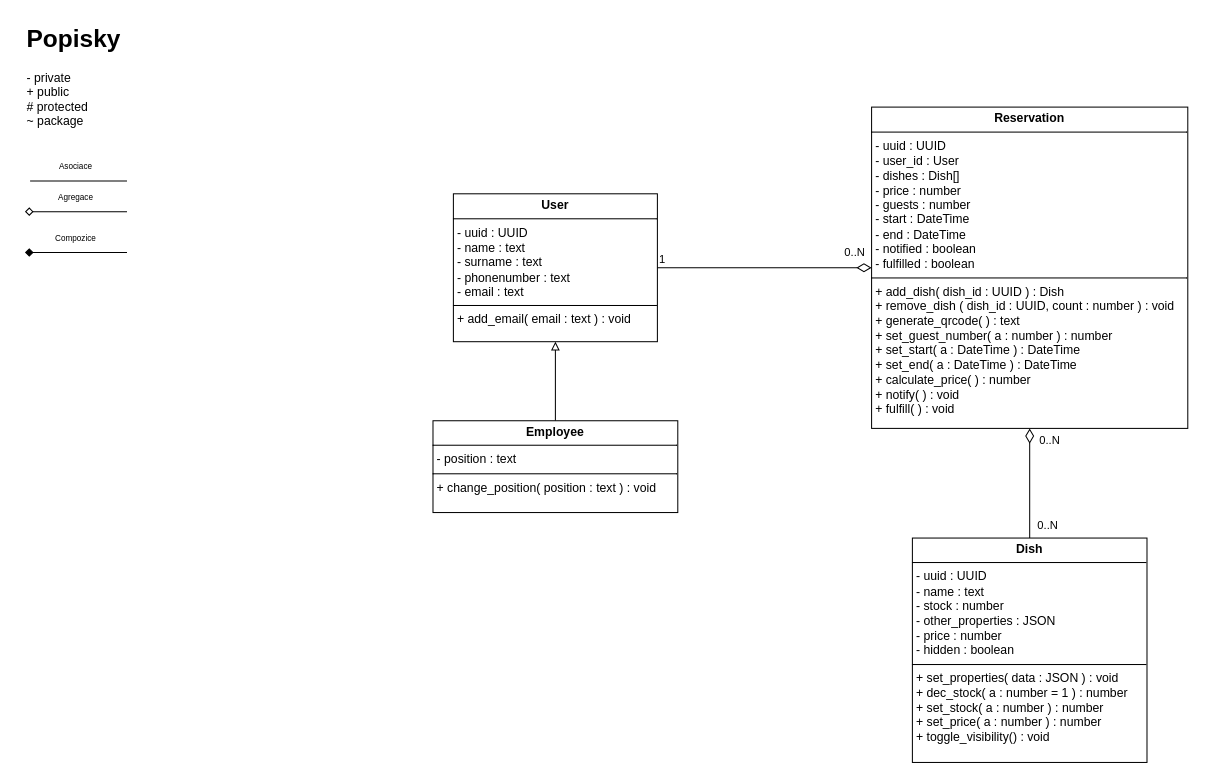
Earlier version of the draw.io diagram page "Třídové diagramy" (2 of 2) of Diagram.drawio (LPbigFish/SWI-Projekt). Source tidied: cells renumbered, new cells numbered last; positions are measured from the earlier drawing's top-left corner, leaving out a move shared by most shapes. Both pictures are drawn from the tidied source at 102%, with x=0, y=0 at pixel (24, 17).
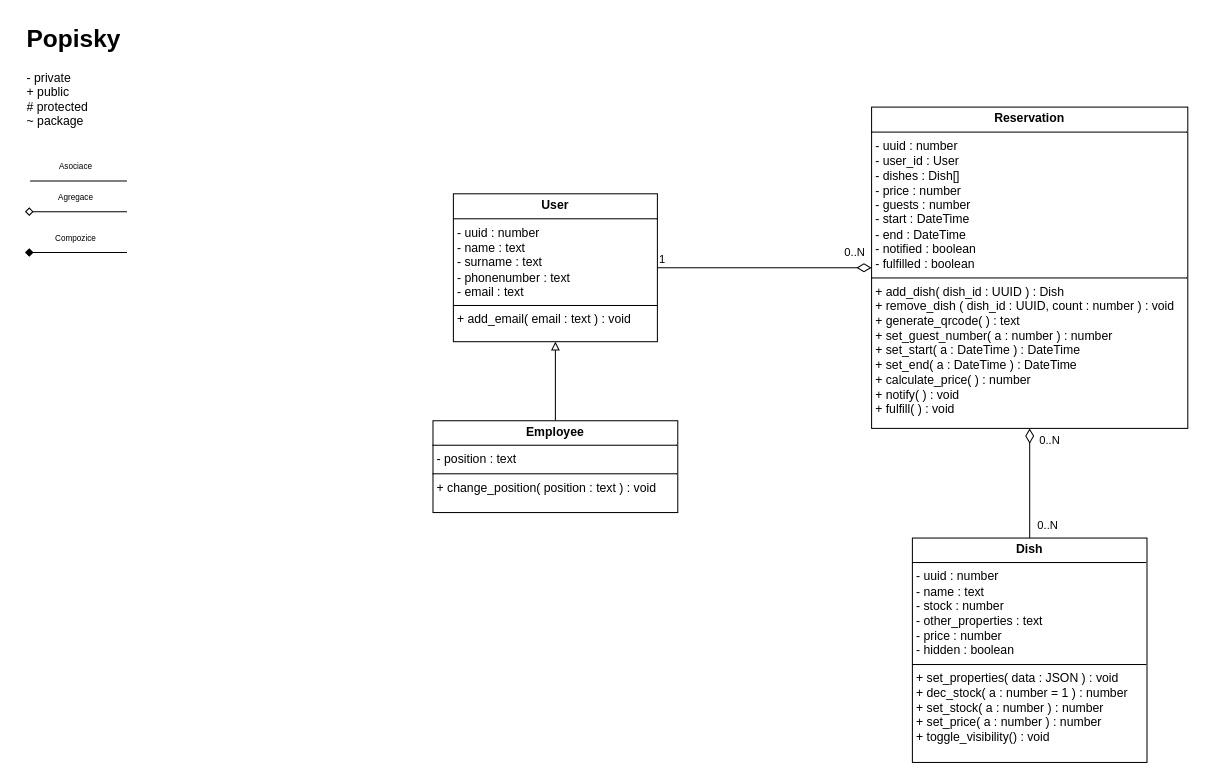
The same diagram, later.

What changed in the source:
```diff
@@
-    <mxCell id="11" value="&lt;p style=&quot;margin:0px;margin-top:4px;text-align:center;&quot;&gt;&lt;b&gt;Dish&lt;/b&gt;&lt;/p&gt;&lt;hr size=&quot;1&quot; style=&quot;border-style:solid;&quot;&gt;&lt;p style=&quot;margin:0px;margin-left:4px;&quot;&gt;- uuid : UUID&lt;/p&gt;&lt;p style=&quot;margin:0px;margin-left:4px;&quot;&gt;- name : text&lt;/p&gt;&lt;p style=&quot;margin:0px;margin-left:4px;&quot;&gt;- stock : number&lt;/p&gt;&lt;p style=&quot;margin:0px;margin-left:4px;&quot;&gt;- other_properties : JSON&lt;/p&gt;&lt;p style=&quot;margin:0px;margin-left:4px;&quot;&gt;- price : number&lt;/p&gt;&lt;p style=&quot;margin:0px;margin-left:4px;&quot;&gt;- hidden : boolean&lt;/p&gt;&lt;hr size=&quot;1&quot; style=&quot;border-style:solid;&quot;&gt;&lt;p style=&quot;margin:0px;margin-left:4px;&quot;&gt;+ set_properties( data : JSON ) : void&lt;/p&gt;&lt;p style=&quot;margin:0px;margin-left:4px;&quot;&gt;+ dec_stock( a : number = 1 ) : number&lt;/p&gt;&lt;p style=&quot;margin:0px;margin-left:4px;&quot;&gt;+ set_stock( a : number ) : number&lt;/p&gt;&lt;p style=&quot;margin:0px;margin-left:4px;&quot;&gt;+ set_price( a : number ) : number&lt;/p&gt;&lt;p style=&quot;margin:0px;margin-left:4px;&quot;&gt;+ toggle_visibility() : void&lt;/p&gt;" style="verticalAlign=top;align=left;overflow=fill;html=1;whiteSpace=wrap;" parent="1" vertex="1">
+    <mxCell id="11" value="&lt;p style=&quot;margin:0px;margin-top:4px;text-align:center;&quot;&gt;&lt;b&gt;Dish&lt;/b&gt;&lt;/p&gt;&lt;hr size=&quot;1&quot; style=&quot;border-style:solid;&quot;&gt;&lt;p style=&quot;margin:0px;margin-left:4px;&quot;&gt;- uuid : number&lt;/p&gt;&lt;p style=&quot;margin:0px;margin-left:4px;&quot;&gt;- name : text&lt;/p&gt;&lt;p style=&quot;margin:0px;margin-left:4px;&quot;&gt;- stock : number&lt;/p&gt;&lt;p style=&quot;margin:0px;margin-left:4px;&quot;&gt;- other_properties : text&lt;/p&gt;&lt;p style=&quot;margin:0px;margin-left:4px;&quot;&gt;- price : number&lt;/p&gt;&lt;p style=&quot;margin:0px;margin-left:4px;&quot;&gt;- hidden : boolean&lt;/p&gt;&lt;hr size=&quot;1&quot; style=&quot;border-style:solid;&quot;&gt;&lt;p style=&quot;margin:0px;margin-left:4px;&quot;&gt;+ set_properties( data : JSON ) : void&lt;/p&gt;&lt;p style=&quot;margin:0px;margin-left:4px;&quot;&gt;+ dec_stock( a : number = 1 ) : number&lt;/p&gt;&lt;p style=&quot;margin:0px;margin-left:4px;&quot;&gt;+ set_stock( a : number ) : number&lt;/p&gt;&lt;p style=&quot;margin:0px;margin-left:4px;&quot;&gt;+ set_price( a : number ) : number&lt;/p&gt;&lt;p style=&quot;margin:0px;margin-left:4px;&quot;&gt;+ toggle_visibility() : void&lt;/p&gt;" style="verticalAlign=top;align=left;overflow=fill;html=1;whiteSpace=wrap;" parent="1" vertex="1">
       <mxGeometry x="870" y="510" width="230" height="220" as="geometry" />
     </mxCell>
-    <mxCell id="12" value="&lt;p style=&quot;margin:0px;margin-top:4px;text-align:center;&quot;&gt;&lt;b&gt;Reservation&lt;/b&gt;&lt;/p&gt;&lt;hr size=&quot;1&quot; style=&quot;border-style:solid;&quot;&gt;&lt;p style=&quot;margin:0px;margin-left:4px;&quot;&gt;- uuid : UUID&lt;/p&gt;&lt;p style=&quot;margin:0px;margin-left:4px;&quot;&gt;- user_id : User&lt;/p&gt;&lt;p style=&quot;margin:0px;margin-left:4px;&quot;&gt;- dishes : Dish[]&lt;/p&gt;&lt;p style=&quot;margin:0px;margin-left:4px;&quot;&gt;- price : number&lt;/p&gt;&lt;p style=&quot;margin:0px;margin-left:4px;&quot;&gt;- guests : number&lt;/p&gt;&lt;p style=&quot;margin:0px;margin-left:4px;&quot;&gt;- start : DateTime&lt;/p&gt;&lt;p style=&quot;margin:0px;margin-left:4px;&quot;&gt;- end : DateTime&lt;/p&gt;&lt;p style=&quot;margin:0px;margin-left:4px;&quot;&gt;- notified : boolean&lt;/p&gt;&lt;p style=&quot;margin:0px;margin-left:4px;&quot;&gt;- fulfilled : boolean&lt;/p&gt;&lt;hr size=&quot;1&quot; style=&quot;border-style:solid;&quot;&gt;&lt;p style=&quot;margin:0px;margin-left:4px;&quot;&gt;+ add_dish( dish_id : UUID ) : Dish&lt;/p&gt;&lt;p style=&quot;margin:0px;margin-left:4px;&quot;&gt;+ remove_dish ( dish_id : UUID, count : number ) : void&lt;/p&gt;&lt;p style=&quot;margin:0px;margin-left:4px;&quot;&gt;+ generate_qrcode( ) : text&lt;/p&gt;&lt;p style=&quot;margin:0px;margin-left:4px;&quot;&gt;+ set_guest_number( a : number ) : number&lt;/p&gt;&lt;p style=&quot;margin:0px;margin-left:4px;&quot;&gt;+ set_start( a : DateTime ) : DateTime&lt;/p&gt;&lt;p style=&quot;margin:0px;margin-left:4px;&quot;&gt;+ set_end( a : DateTime ) : DateTime&lt;/p&gt;&lt;p style=&quot;margin:0px;margin-left:4px;&quot;&gt;+ calculate_price( ) : number&lt;/p&gt;&lt;p style=&quot;margin:0px;margin-left:4px;&quot;&gt;+ notify( ) : void&lt;/p&gt;&lt;p style=&quot;margin:0px;margin-left:4px;&quot;&gt;+ fulfill( ) : void&lt;/p&gt;" style="verticalAlign=top;align=left;overflow=fill;html=1;whiteSpace=wrap;" parent="1" vertex="1">
+    <mxCell id="12" value="&lt;p style=&quot;margin:0px;margin-top:4px;text-align:center;&quot;&gt;&lt;b&gt;Reservation&lt;/b&gt;&lt;/p&gt;&lt;hr size=&quot;1&quot; style=&quot;border-style:solid;&quot;&gt;&lt;p style=&quot;margin:0px;margin-left:4px;&quot;&gt;- uuid : number&lt;/p&gt;&lt;p style=&quot;margin:0px;margin-left:4px;&quot;&gt;- user_id : User&lt;/p&gt;&lt;p style=&quot;margin:0px;margin-left:4px;&quot;&gt;- dishes : Dish[]&lt;/p&gt;&lt;p style=&quot;margin:0px;margin-left:4px;&quot;&gt;- price : number&lt;/p&gt;&lt;p style=&quot;margin:0px;margin-left:4px;&quot;&gt;- guests : number&lt;/p&gt;&lt;p style=&quot;margin:0px;margin-left:4px;&quot;&gt;- start : DateTime&lt;/p&gt;&lt;p style=&quot;margin:0px;margin-left:4px;&quot;&gt;- end : DateTime&lt;/p&gt;&lt;p style=&quot;margin:0px;margin-left:4px;&quot;&gt;- notified : boolean&lt;/p&gt;&lt;p style=&quot;margin:0px;margin-left:4px;&quot;&gt;- fulfilled : boolean&lt;/p&gt;&lt;hr size=&quot;1&quot; style=&quot;border-style:solid;&quot;&gt;&lt;p style=&quot;margin:0px;margin-left:4px;&quot;&gt;+ add_dish( dish_id : UUID ) : Dish&lt;/p&gt;&lt;p style=&quot;margin:0px;margin-left:4px;&quot;&gt;+ remove_dish ( dish_id : UUID, count : number ) : void&lt;/p&gt;&lt;p style=&quot;margin:0px;margin-left:4px;&quot;&gt;+ generate_qrcode( ) : text&lt;/p&gt;&lt;p style=&quot;margin:0px;margin-left:4px;&quot;&gt;+ set_guest_number( a : number ) : number&lt;/p&gt;&lt;p style=&quot;margin:0px;margin-left:4px;&quot;&gt;+ set_start( a : DateTime ) : DateTime&lt;/p&gt;&lt;p style=&quot;margin:0px;margin-left:4px;&quot;&gt;+ set_end( a : DateTime ) : DateTime&lt;/p&gt;&lt;p style=&quot;margin:0px;margin-left:4px;&quot;&gt;+ calculate_price( ) : number&lt;/p&gt;&lt;p style=&quot;margin:0px;margin-left:4px;&quot;&gt;+ notify( ) : void&lt;/p&gt;&lt;p style=&quot;margin:0px;margin-left:4px;&quot;&gt;+ fulfill( ) : void&lt;/p&gt;" style="verticalAlign=top;align=left;overflow=fill;html=1;whiteSpace=wrap;" parent="1" vertex="1">
       <mxGeometry x="830" y="87.5" width="310" height="315" as="geometry" />
     </mxCell>
-    <mxCell id="13" value="&lt;p style=&quot;margin:0px;margin-top:4px;text-align:center;&quot;&gt;&lt;b&gt;User&lt;/b&gt;&lt;/p&gt;&lt;hr size=&quot;1&quot; style=&quot;border-style:solid;&quot;&gt;&lt;p style=&quot;margin:0px;margin-left:4px;&quot;&gt;- uuid : UUID&lt;/p&gt;&lt;p style=&quot;margin:0px;margin-left:4px;&quot;&gt;- name : text&lt;/p&gt;&lt;p style=&quot;margin:0px;margin-left:4px;&quot;&gt;- surname : text&lt;/p&gt;&lt;p style=&quot;margin:0px;margin-left:4px;&quot;&gt;- phonenumber : text&lt;/p&gt;&lt;p style=&quot;margin:0px;margin-left:4px;&quot;&gt;- email : text&lt;/p&gt;&lt;hr size=&quot;1&quot; style=&quot;border-style:solid;&quot;&gt;&lt;p style=&quot;margin:0px;margin-left:4px;&quot;&gt;+ add_email( email : text ) : void&lt;/p&gt;" style="verticalAlign=top;align=left;overflow=fill;html=1;whiteSpace=wrap;" parent="1" vertex="1">
+    <mxCell id="13" value="&lt;p style=&quot;margin:0px;margin-top:4px;text-align:center;&quot;&gt;&lt;b&gt;User&lt;/b&gt;&lt;/p&gt;&lt;hr size=&quot;1&quot; style=&quot;border-style:solid;&quot;&gt;&lt;p style=&quot;margin:0px;margin-left:4px;&quot;&gt;- uuid : number&lt;/p&gt;&lt;p style=&quot;margin:0px;margin-left:4px;&quot;&gt;- name : text&lt;/p&gt;&lt;p style=&quot;margin:0px;margin-left:4px;&quot;&gt;- surname : text&lt;/p&gt;&lt;p style=&quot;margin:0px;margin-left:4px;&quot;&gt;- phonenumber : text&lt;/p&gt;&lt;p style=&quot;margin:0px;margin-left:4px;&quot;&gt;- email : text&lt;/p&gt;&lt;hr size=&quot;1&quot; style=&quot;border-style:solid;&quot;&gt;&lt;p style=&quot;margin:0px;margin-left:4px;&quot;&gt;+ add_email( email : text ) : void&lt;/p&gt;" style="verticalAlign=top;align=left;overflow=fill;html=1;whiteSpace=wrap;" parent="1" vertex="1">
       <mxGeometry x="420" y="172.5" width="200" height="145" as="geometry" />
     </mxCell>
```
